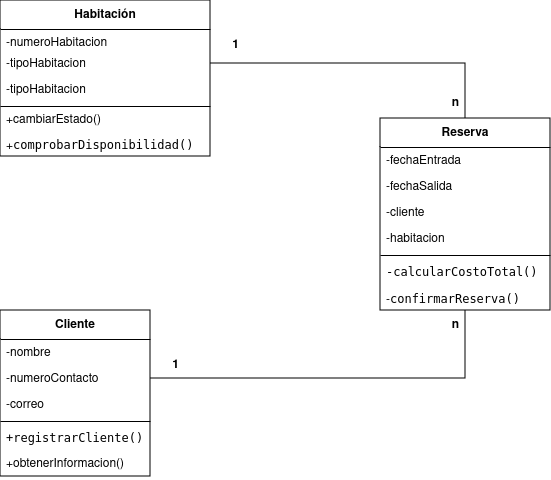
gian700/diagrama-de-clases keeps this draw.io diagram as HabitacionHotel.png. Above is the earlier version. Source tidied: cells renumbered, new cells last; positions are measured from the earlier drawing's top-left corner, leaving out a move shared by most shapes.
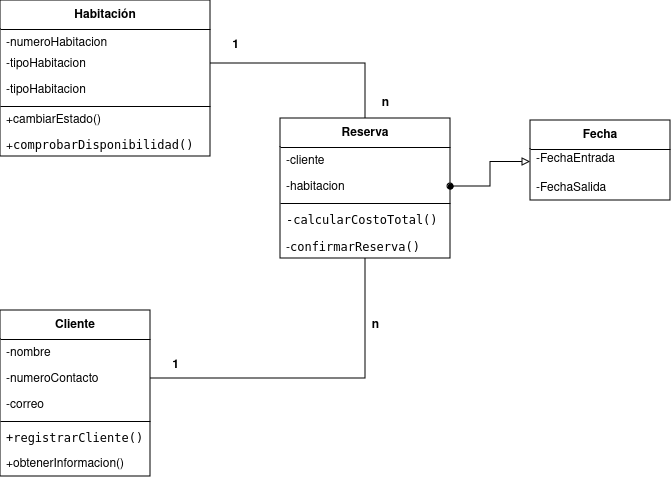
Later version of the same file.

What changed in the source:
```diff
@@ -45,28 +45,22 @@
       <mxGeometry y="140" width="150" height="26" as="geometry" />
     </mxCell>
     <mxCell id="16" value="Reserva" style="swimlane;fontStyle=1;align=center;verticalAlign=middle;horizontal=1;startSize=29;html=1;whiteSpace=wrap;" parent="1" vertex="1">
-      <mxGeometry x="380" y="118" width="170" height="192" as="geometry" />
+      <mxGeometry x="280" y="118" width="170" height="140" as="geometry" />
     </mxCell>
-    <mxCell id="17" value="-fechaEntrada" style="text;strokeColor=none;fillColor=none;align=left;verticalAlign=top;spacingLeft=4;spacingRight=4;overflow=hidden;whiteSpace=wrap;html=1;" parent="16" vertex="1">
-      <mxGeometry y="29" width="170" height="26" as="geometry" />
-    </mxCell>
-    <mxCell id="18" value="-fechaSalida" style="text;strokeColor=none;fillColor=none;align=left;verticalAlign=top;spacingLeft=4;spacingRight=4;overflow=hidden;whiteSpace=wrap;html=1;" parent="16" vertex="1">
-      <mxGeometry y="55" width="170" height="26" as="geometry" />
-    </mxCell>
     <mxCell id="19" value="-cliente" style="text;strokeColor=none;fillColor=none;align=left;verticalAlign=top;spacingLeft=4;spacingRight=4;overflow=hidden;whiteSpace=wrap;html=1;" parent="16" vertex="1">
-      <mxGeometry y="81" width="170" height="26" as="geometry" />
+      <mxGeometry y="29" width="170" height="26" as="geometry" />
     </mxCell>
     <mxCell id="20" value="-habitacion" style="text;strokeColor=none;fillColor=none;align=left;verticalAlign=top;spacingLeft=4;spacingRight=4;overflow=hidden;points=[[0,0.5],[1,0.5]];portConstraint=eastwest;whiteSpace=wrap;html=1;" parent="16" vertex="1">
-      <mxGeometry y="107" width="170" height="26" as="geometry" />
+      <mxGeometry y="55" width="170" height="26" as="geometry" />
     </mxCell>
     <mxCell id="21" style="line;strokeWidth=1;fillColor=none;align=left;verticalAlign=middle;spacingTop=-1;spacingLeft=3;spacingRight=3;labelPosition=right;strokeColor=inherit;" parent="16" vertex="1">
-      <mxGeometry y="133" width="170" height="8" as="geometry" />
+      <mxGeometry y="81" width="170" height="8" as="geometry" />
     </mxCell>
     <mxCell id="22" value="&lt;code&gt;-calcularCostoTotal()&lt;/code&gt;" style="text;html=1;strokeColor=none;fillColor=none;align=left;verticalAlign=middle;spacingLeft=4;spacingRight=4;overflow=hidden;whiteSpace=wrap;" parent="16" vertex="1">
-      <mxGeometry y="141" width="170" height="25" as="geometry" />
+      <mxGeometry y="89" width="170" height="25" as="geometry" />
     </mxCell>
     <mxCell id="23" value="-&lt;code&gt;confirmarReserva()&lt;/code&gt;" style="text;strokeColor=none;fillColor=none;align=left;verticalAlign=top;spacingLeft=4;spacingRight=4;overflow=hidden;whiteSpace=wrap;html=1;" parent="16" vertex="1">
-      <mxGeometry y="166" width="170" height="26" as="geometry" />
+      <mxGeometry y="114" width="170" height="26" as="geometry" />
     </mxCell>
     <mxCell id="24" style="edgeStyle=orthogonalEdgeStyle;rounded=0;jettySize=auto;html=1;entryX=0.5;entryY=0;entryDx=0;entryDy=0;endArrow=none;endFill=0;" parent="1" edge="1" source="4" target="16">
       <mxGeometry relative="1" as="geometry" />
@@ -81,10 +75,22 @@
       <mxGeometry x="160" y="350" width="30" height="30" as="geometry" />
     </mxCell>
     <mxCell id="28" value="&lt;b&gt;n&lt;/b&gt;" style="text;html=1;align=center;verticalAlign=middle;strokeColor=none;fillColor=none;" parent="1" vertex="1">
-      <mxGeometry x="440" y="310" width="30" height="30" as="geometry" />
+      <mxGeometry x="360" y="310" width="30" height="30" as="geometry" />
     </mxCell>
     <mxCell id="29" value="&lt;b&gt;n&lt;/b&gt;" style="text;html=1;align=center;verticalAlign=middle;strokeColor=none;fillColor=none;" parent="1" vertex="1">
-      <mxGeometry x="440" y="88" width="30" height="30" as="geometry" />
+      <mxGeometry x="370" y="88" width="30" height="30" as="geometry" />
     </mxCell>
+    <mxCell id="30" value="Fecha" style="swimlane;fontStyle=1;align=center;verticalAlign=middle;horizontal=1;startSize=29;html=1;whiteSpace=wrap;" parent="1" vertex="1">
+      <mxGeometry x="530" y="120" width="140" height="80" as="geometry" />
+    </mxCell>
+    <mxCell id="31" value="&lt;div align=&quot;left&quot;&gt;-FechaEntrada&lt;/div&gt;&lt;div&gt;&lt;br&gt;&lt;/div&gt;" style="text;html=1;strokeColor=none;fillColor=none;align=left;verticalAlign=middle;spacingLeft=4;spacingRight=4;overflow=hidden;points=[[0,0.5],[1,0.5]];portConstraint=eastwest;whiteSpace=wrap;" parent="30" vertex="1">
+      <mxGeometry y="29" width="140" height="25" as="geometry" />
+    </mxCell>
+    <mxCell id="32" value="-FechaSalida" style="text;strokeColor=none;fillColor=none;align=left;verticalAlign=top;spacingLeft=4;spacingRight=4;overflow=hidden;whiteSpace=wrap;html=1;" parent="30" vertex="1">
+      <mxGeometry y="54" width="140" height="26" as="geometry" />
+    </mxCell>
+    <mxCell id="33" style="edgeStyle=orthogonalEdgeStyle;rounded=0;jettySize=auto;html=1;entryX=0;entryY=0.5;entryDx=0;entryDy=0;endArrow=block;endFill=0;startArrow=oval;startFill=1;" parent="1" edge="1" source="20" target="31">
+      <mxGeometry relative="1" as="geometry" />
+    </mxCell>
   </root>
 </mxGraphModel>
```
